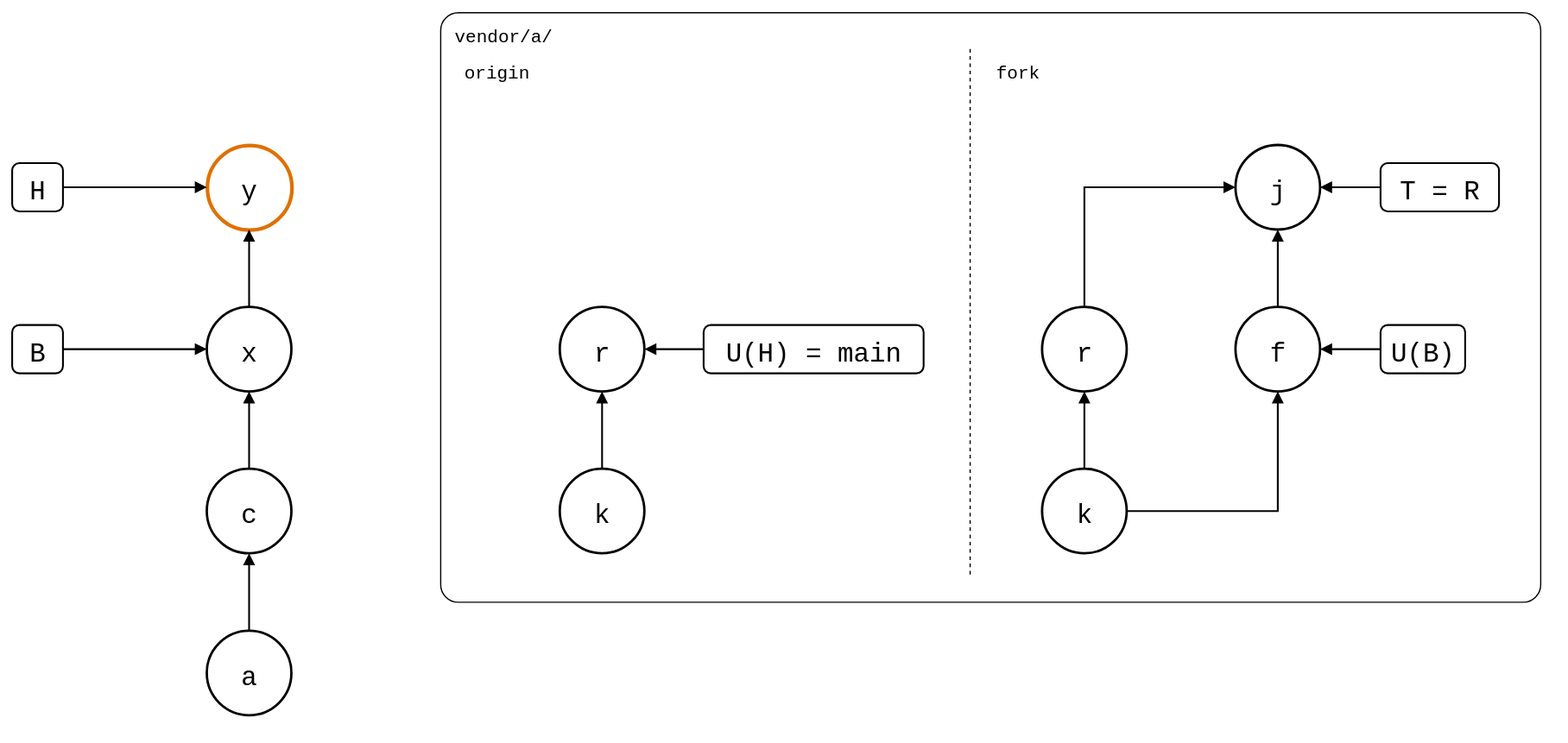
Before: test/scenarios/04-upstreams/02-several-upstreams/several-upstreams.drawio.svg, a diagram exported from draw.io (roschaefer/git-splice). Source tidied: cells renumbered, new cells last; positions are measured from the earlier drawing's top-left corner, leaving out a move shared by most shapes.
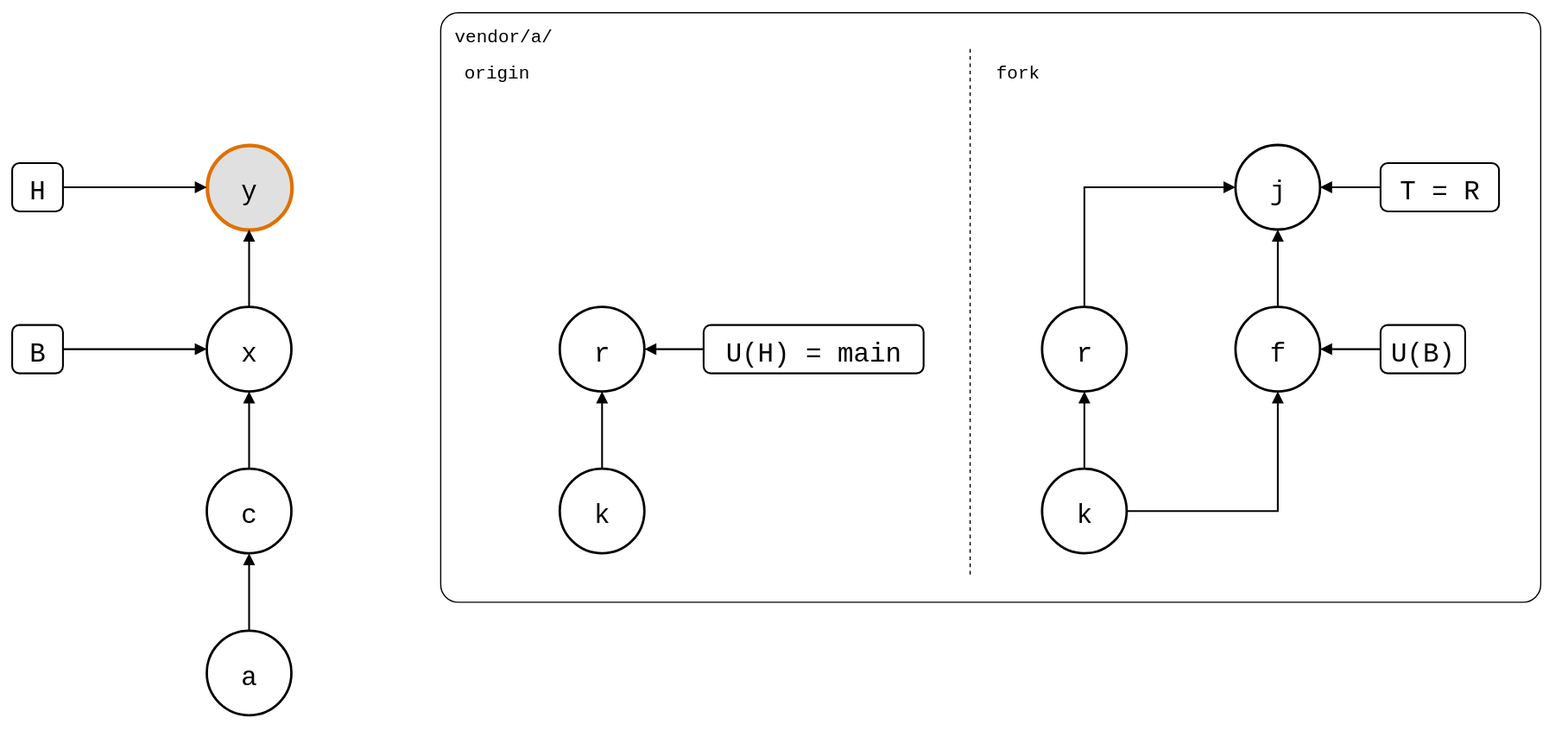
The same file after the commit.

Change to the diagram source:
```diff
@@ -14,7 +14,7 @@
     <mxCell id="5" value="fork" style="text;fontSize=15;align=left;verticalAlign=top;fontFamily=Roboto Mono,monospace;" parent="1" vertex="1">
       <mxGeometry x="812" y="34" width="120" height="24" as="geometry" />
     </mxCell>
-    <mxCell id="6" value="y" style="ellipse;fontSize=22;fontFamily=Roboto Mono,monospace;strokeColor=#E07000;strokeWidth=3;" parent="1" vertex="1">
+    <mxCell id="6" value="y" style="ellipse;fontSize=22;fontFamily=Roboto Mono,monospace;fillColor=#E0E0E0;strokeColor=#E07000;strokeWidth=3;" parent="1" vertex="1">
       <mxGeometry x="161" y="110" width="70" height="70" as="geometry" />
     </mxCell>
     <mxCell id="7" value="x" style="ellipse;strokeWidth=2;fontSize=22;fontFamily=Roboto Mono,monospace;" parent="1" vertex="1">
```
